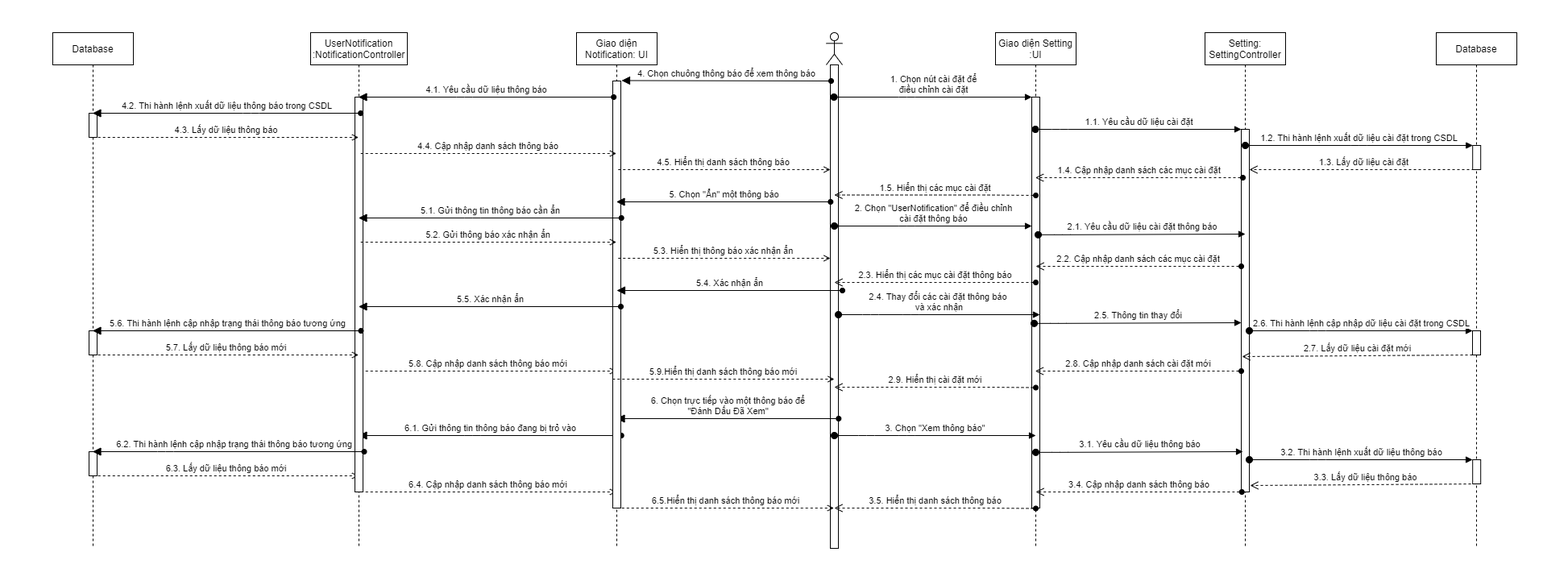
The draw.io diagram ToDoApp-Doc/Document/Diagram/Sequence Diagram/UserNotificationManagement/UserNotificationManagement_SequenceDiagram.png in Merevoli-DatLuu/To-Do-App, before a commit. Source tidied: cells renumbered, new cells last; positions are measured from the earlier drawing's top-left corner, leaving out a move shared by most shapes.
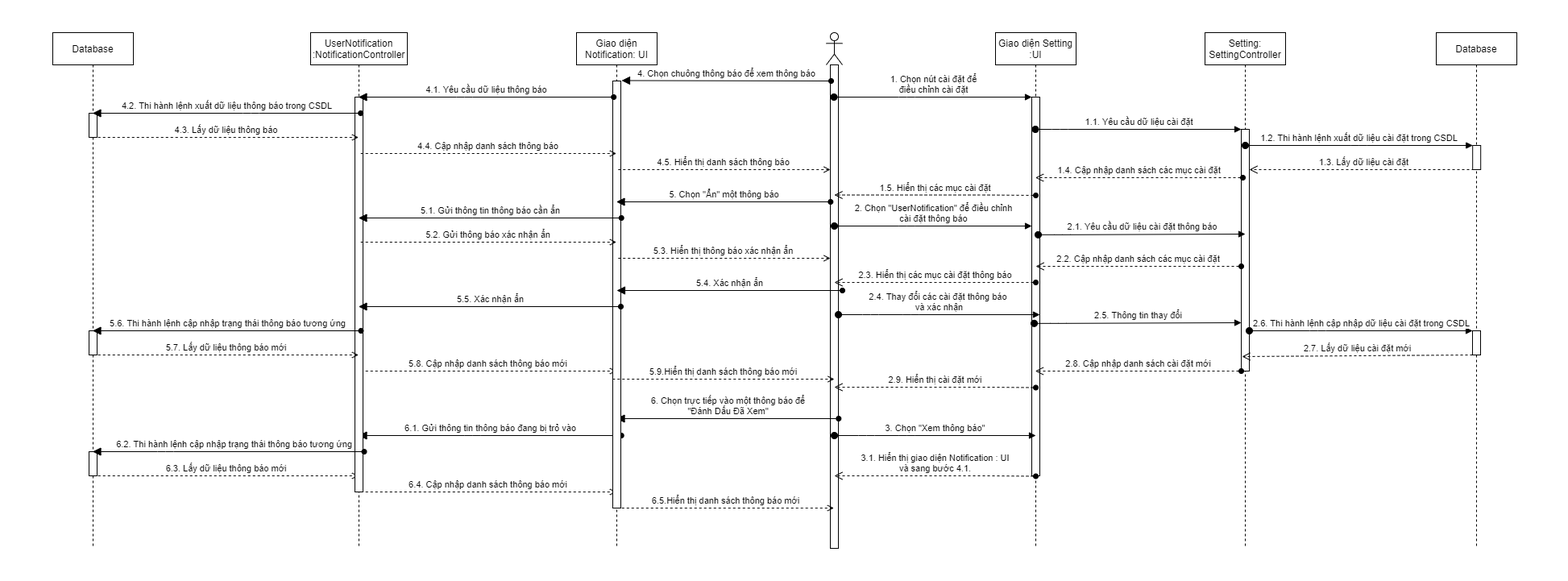
The same file after the commit.

Commit message:
[Modified]: UserNotificationManagement Sequence Diagram

Diff of the diagram source:
```diff
@@ -15,13 +15,13 @@
       <mxGeometry x="1235" y="40" width="100" height="640" as="geometry" />
     </mxCell>
     <mxCell id="6" style="html=1;perimeter=orthogonalPerimeter;" parent="5" vertex="1">
-      <mxGeometry x="45" y="80" width="10" height="510" as="geometry" />
+      <mxGeometry x="45" y="80" width="10" height="470" as="geometry" />
     </mxCell>
     <mxCell id="7" value="Setting:&lt;br&gt;SettingController" style="shape=umlLifeline;perimeter=lifelinePerimeter;whiteSpace=wrap;html=1;" parent="1" vertex="1">
       <mxGeometry x="1495" y="40" width="100" height="640" as="geometry" />
     </mxCell>
     <mxCell id="8" style="html=1;points=[];perimeter=orthogonalPerimeter;" parent="7" vertex="1">
-      <mxGeometry x="45" y="120" width="10" height="450" as="geometry" />
+      <mxGeometry x="45" y="120" width="10" height="300" as="geometry" />
     </mxCell>
     <mxCell id="9" value="1. Chọn nút cài đặt để&lt;br&gt;điều chỉnh cài đặt" style="html=1;verticalAlign=bottom;startArrow=oval;endArrow=block;startSize=8;" parent="1" edge="1" source="3">
       <mxGeometry relative="1" as="geometry">
@@ -82,9 +82,6 @@
     <mxCell id="17" style="html=1;points=[];perimeter=orthogonalPerimeter;" parent="16" vertex="1">
       <mxGeometry x="45.2" y="140" width="10" height="30" as="geometry" />
     </mxCell>
-    <mxCell id="18" style="html=1;perimeter=orthogonalPerimeter;" parent="16" vertex="1">
-      <mxGeometry x="45.2" y="530" width="10" height="30" as="geometry" />
-    </mxCell>
     <mxCell id="19" value="2.8. Cập nhập danh sách cài đặt mới" style="html=1;verticalAlign=bottom;endArrow=open;endSize=8;startArrow=oval;startFill=1;endFill=0;dashed=1;" parent="1" edge="1">
       <mxGeometry relative="1" as="geometry">
         <mxPoint x="1540" y="460" as="sourcePoint" />
@@ -334,47 +331,14 @@
         </Array>
       </mxGeometry>
     </mxCell>
-    <mxCell id="60" value="3.1. Yêu cầu dữ liệu thông báo" style="html=1;verticalAlign=bottom;startArrow=oval;endArrow=block;startSize=8;entryX=0.2;entryY=-0.021;entryDx=0;entryDy=0;entryPerimeter=0;" parent="1" edge="1">
-      <mxGeometry relative="1" as="geometry">
-        <mxPoint x="1285" y="560.8" as="sourcePoint" />
-        <mxPoint x="1542" y="560" as="targetPoint" />
-        <Array as="points">
-          <mxPoint x="1315.3" y="560.8" />
-        </Array>
-      </mxGeometry>
-    </mxCell>
-    <mxCell id="61" value="3.2. Thi hành lệnh xuất dữ liệu thông báo" style="html=1;verticalAlign=bottom;startArrow=oval;endArrow=block;startSize=8;" parent="1" edge="1">
-      <mxGeometry relative="1" as="geometry">
-        <mxPoint x="1550" y="570" as="sourcePoint" />
-        <mxPoint x="1827" y="570" as="targetPoint" />
-        <Array as="points">
-          <mxPoint x="1635" y="570" />
-        </Array>
-      </mxGeometry>
-    </mxCell>
-    <mxCell id="62" value="3.3. Lấy dữ liệu thông báo" style="html=1;verticalAlign=bottom;endArrow=open;dashed=1;endSize=8;" parent="1" edge="1">
-      <mxGeometry relative="1" as="geometry">
-        <mxPoint x="1837" y="600" as="sourcePoint" />
-        <mxPoint x="1551" y="602" as="targetPoint" />
-      </mxGeometry>
-    </mxCell>
-    <mxCell id="63" value="3.4. Cập nhập danh sách thông báo" style="html=1;verticalAlign=bottom;endArrow=open;endSize=8;startArrow=oval;startFill=1;endFill=0;dashed=1;" parent="1" edge="1">
-      <mxGeometry relative="1" as="geometry">
-        <mxPoint x="1540.7" y="610" as="sourcePoint" />
-        <mxPoint x="1285" y="610" as="targetPoint" />
-        <Array as="points">
-          <mxPoint x="1525.7" y="610" />
-        </Array>
-      </mxGeometry>
-    </mxCell>
-    <mxCell id="64" value="3.5. Hiển thị danh sách thông báo" style="html=1;verticalAlign=bottom;endArrow=open;endSize=8;startArrow=oval;startFill=1;endFill=0;dashed=1;" parent="1" edge="1">
-      <mxGeometry relative="1" as="geometry">
-        <mxPoint x="1285" y="630.5" as="sourcePoint" />
-        <mxPoint x="1035" y="630" as="targetPoint" />
-        <Array as="points">
-          <mxPoint x="1225.5" y="630" />
-        </Array>
-      </mxGeometry>
-    </mxCell>
+    <mxCell id="65" value="3.1. Hiển thị giao diện Notification : UI&lt;br&gt;và sang bước 4.1." style="html=1;verticalAlign=bottom;endArrow=open;endSize=8;startArrow=oval;startFill=1;endFill=0;dashed=1;" parent="1" edge="1">
+      <mxGeometry relative="1" as="geometry">
+        <mxPoint x="1285" y="590.5" as="sourcePoint" />
+        <mxPoint x="1035" y="590" as="targetPoint" />
+        <Array as="points">
+          <mxPoint x="1225.5" y="590" />
+        </Array>
+      </mxGeometry>
+    </mxCell>
   </root>
 </mxGraphModel>
```
